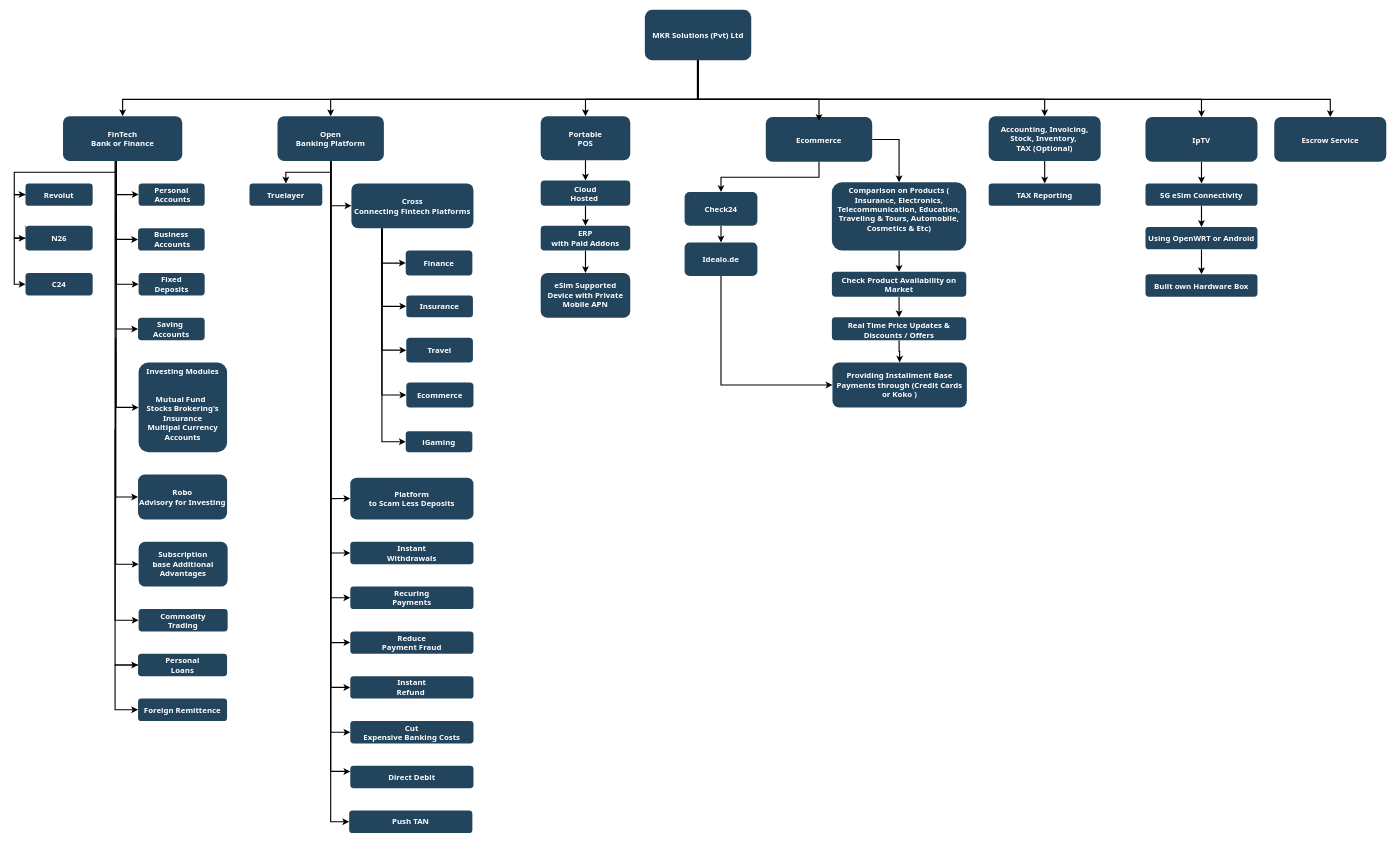
Before: MKR.drawio in sachini9427/MKR, a draw.io diagram. Source tidied: cells renumbered, new cells numbered last; positions are measured from the earlier drawing's top-left corner, leaving out a move shared by most shapes. Both pictures are drawn from the tidied source at 56%, with x=0, y=0 at pixel (14, 10).
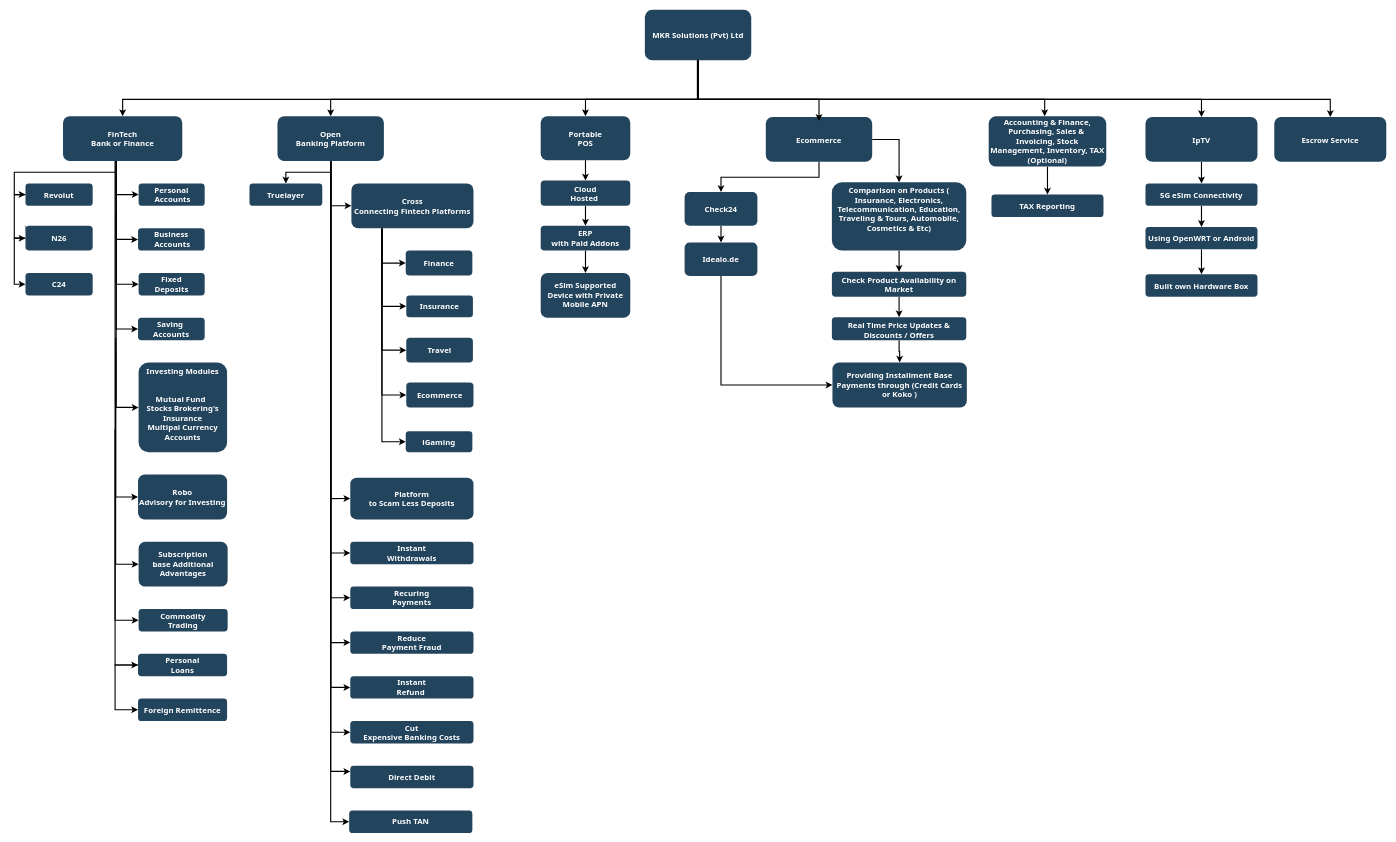
Above is the later version.

What changed in the source:
```diff
@@
-    <mxCell id="91" value="Accounting, Invoicing, Stock, Inventory, &#10;TAX (Optional)" style="rounded=1;fillColor=#23445D;gradientColor=none;strokeColor=none;fontColor=#FFFFFF;fontStyle=1;fontFamily=Tahoma;fontSize=14;whiteSpace=wrap;" parent="1" vertex="1">
-      <mxGeometry x="1740" y="190" width="200" height="80" as="geometry" />
+    <mxCell id="91" value="Accounting &amp; Finance, Purchasing, Sales &amp; &#10;Invoicing, Stock Management, Inventory, TAX (Optional)" style="rounded=1;fillColor=#23445D;gradientColor=none;strokeColor=none;fontColor=#FFFFFF;fontStyle=1;fontFamily=Tahoma;fontSize=14;whiteSpace=wrap;" parent="1" vertex="1">
+      <mxGeometry x="1740" y="190" width="210" height="90" as="geometry" />
     </mxCell>
     <mxCell id="92" value="TAX Reporting" style="rounded=1;fillColor=#23445D;gradientColor=none;strokeColor=none;fontColor=#FFFFFF;fontStyle=1;fontFamily=Tahoma;fontSize=14;" parent="1" vertex="1">
-      <mxGeometry x="1740" y="310" width="200" height="40" as="geometry" />
+      <mxGeometry x="1745" y="330" width="200" height="40" as="geometry" />
     </mxCell>
```
